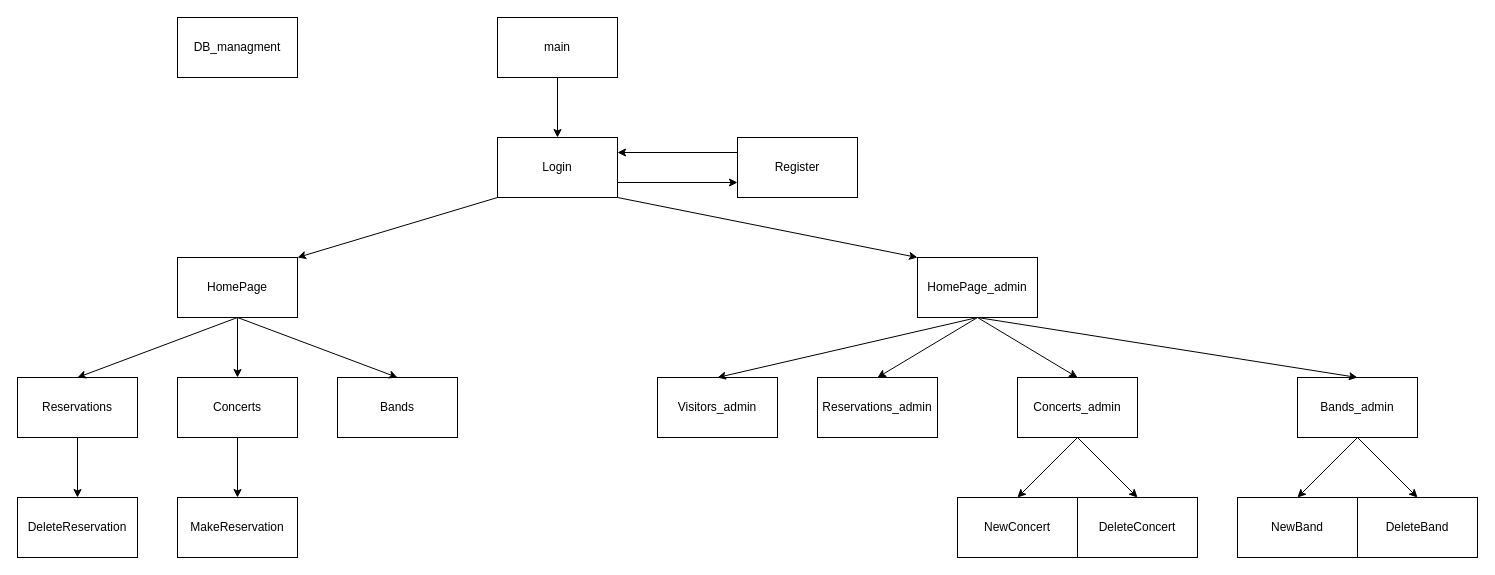
KT539/Projet_pythonDB keeps this draw.io diagram as docs/Diagramme_flux.drawio. Above is the earlier version. Source tidied: cells renumbered, new cells numbered last; positions are measured from the earlier drawing's top-left corner, leaving out a move shared by most shapes. Both pictures are drawn from the tidied source at 100%, with x=0, y=0 at pixel (17, 17).
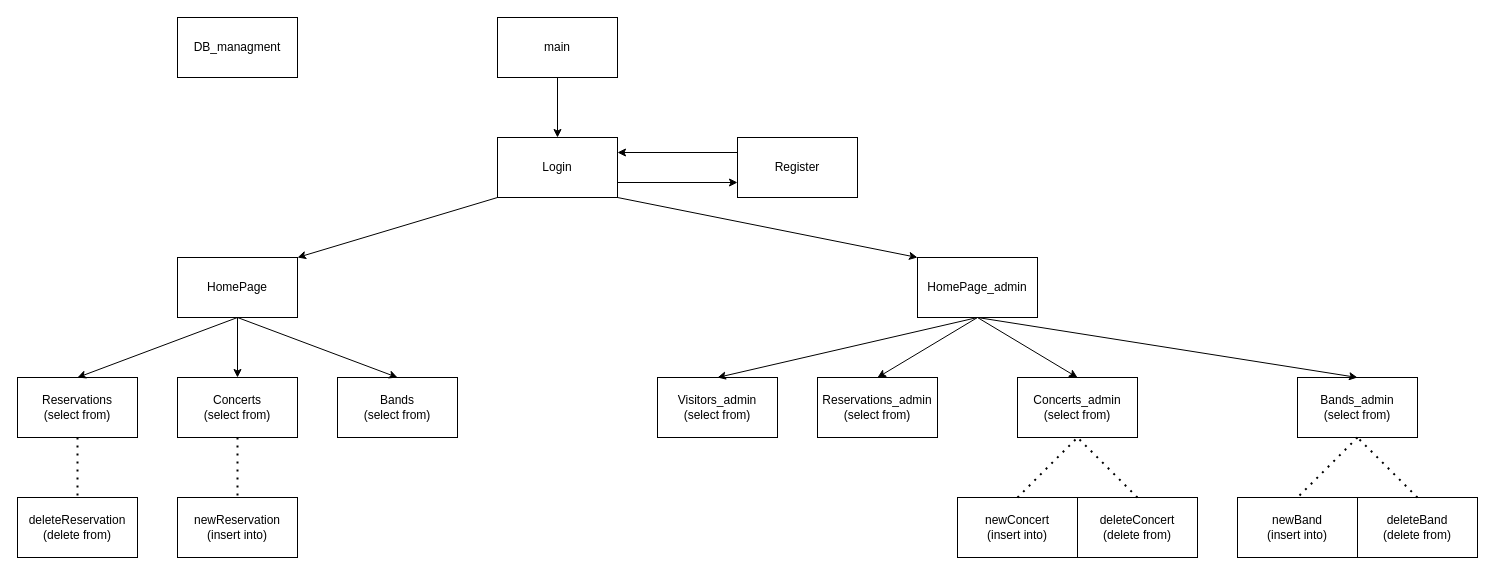
Above is the later version.

Commit message (it also covers changes not shown here):
feat: added logout functionnality (+ corrected flux diagram)

Diff of the diagram source:
```diff
@@
-    <mxCell id="13" value="Reservations" style="rounded=0;whiteSpace=wrap;html=1;" parent="1" vertex="1">
+    <mxCell id="13" value="Reservations&lt;div&gt;(select from)&lt;/div&gt;" style="rounded=0;whiteSpace=wrap;html=1;" parent="1" vertex="1">
       <mxGeometry y="360" width="120" height="60" as="geometry" />
     </mxCell>
-    <mxCell id="14" value="Concerts" style="rounded=0;whiteSpace=wrap;html=1;" parent="1" vertex="1">
+    <mxCell id="14" value="Concerts&lt;div&gt;(select from)&lt;/div&gt;" style="rounded=0;whiteSpace=wrap;html=1;" parent="1" vertex="1">
       <mxGeometry x="160" y="360" width="120" height="60" as="geometry" />
     </mxCell>
-    <mxCell id="15" value="Bands" style="rounded=0;whiteSpace=wrap;html=1;" parent="1" vertex="1">
+    <mxCell id="15" value="Bands&lt;div&gt;(select from)&lt;/div&gt;" style="rounded=0;whiteSpace=wrap;html=1;" parent="1" vertex="1">
       <mxGeometry x="320" y="360" width="120" height="60" as="geometry" />
     </mxCell>
-    <mxCell id="16" value="Visitors_admin" style="rounded=0;whiteSpace=wrap;html=1;" parent="1" vertex="1">
+    <mxCell id="16" value="Visitors_admin&lt;div&gt;(select from)&lt;/div&gt;" style="rounded=0;whiteSpace=wrap;html=1;" parent="1" vertex="1">
       <mxGeometry x="640" y="360" width="120" height="60" as="geometry" />
     </mxCell>
-    <mxCell id="17" value="Reservations_admin" style="rounded=0;whiteSpace=wrap;html=1;" parent="1" vertex="1">
+    <mxCell id="17" value="Reservations_admin&lt;div&gt;(select from)&lt;/div&gt;" style="rounded=0;whiteSpace=wrap;html=1;" parent="1" vertex="1">
       <mxGeometry x="800" y="360" width="120" height="60" as="geometry" />
     </mxCell>
-    <mxCell id="18" value="Concerts_admin" style="rounded=0;whiteSpace=wrap;html=1;" parent="1" vertex="1">
+    <mxCell id="18" value="Concerts_admin&lt;div&gt;(select from)&lt;/div&gt;" style="rounded=0;whiteSpace=wrap;html=1;" parent="1" vertex="1">
       <mxGeometry x="1000" y="360" width="120" height="60" as="geometry" />
     </mxCell>
-    <mxCell id="19" value="Bands_admin" style="rounded=0;whiteSpace=wrap;html=1;" parent="1" vertex="1">
+    <mxCell id="19" value="Bands_admin&lt;div&gt;(select from)&lt;/div&gt;" style="rounded=0;whiteSpace=wrap;html=1;" parent="1" vertex="1">
       <mxGeometry x="1280" y="360" width="120" height="60" as="geometry" />
     </mxCell>
@@
-    <mxCell id="27" value="NewConcert" style="rounded=0;whiteSpace=wrap;html=1;" parent="1" vertex="1">
+    <mxCell id="27" value="newConcert&lt;div&gt;(insert into)&lt;/div&gt;" style="rounded=0;whiteSpace=wrap;html=1;" parent="1" vertex="1">
       <mxGeometry x="940" y="480" width="120" height="60" as="geometry" />
     </mxCell>
-    <mxCell id="28" value="DeleteConcert" style="rounded=0;whiteSpace=wrap;html=1;" parent="1" vertex="1">
+    <mxCell id="28" value="deleteConcert&lt;div&gt;(delete from)&lt;/div&gt;" style="rounded=0;whiteSpace=wrap;html=1;" parent="1" vertex="1">
       <mxGeometry x="1060" y="480" width="120" height="60" as="geometry" />
     </mxCell>
-    <mxCell id="29" value="DeleteBand" style="rounded=0;whiteSpace=wrap;html=1;" parent="1" vertex="1">
+    <mxCell id="29" value="deleteBand&lt;div&gt;(delete from)&lt;/div&gt;" style="rounded=0;whiteSpace=wrap;html=1;" parent="1" vertex="1">
       <mxGeometry x="1340" y="480" width="120" height="60" as="geometry" />
     </mxCell>
-    <mxCell id="30" value="NewBand" style="rounded=0;whiteSpace=wrap;html=1;" parent="1" vertex="1">
+    <mxCell id="30" value="newBand&lt;div&gt;(insert into)&lt;/div&gt;" style="rounded=0;whiteSpace=wrap;html=1;" parent="1" vertex="1">
       <mxGeometry x="1220" y="480" width="120" height="60" as="geometry" />
     </mxCell>
-    <mxCell id="31" style="endArrow=classic;html=1;rounded=0;exitX=0.5;exitY=1;exitDx=0;exitDy=0;entryX=0.5;entryY=0;entryDx=0;entryDy=0;" parent="1" edge="1" source="18" target="27">
-      <mxGeometry relative="1" as="geometry" />
-    </mxCell>
-    <mxCell id="32" style="endArrow=classic;html=1;rounded=0;exitX=0.5;exitY=1;exitDx=0;exitDy=0;entryX=0.5;entryY=0;entryDx=0;entryDy=0;" parent="1" edge="1" source="18" target="28">
-      <mxGeometry relative="1" as="geometry" />
-    </mxCell>
-    <mxCell id="33" style="endArrow=classic;html=1;rounded=0;exitX=0.5;exitY=1;exitDx=0;exitDy=0;entryX=0.5;entryY=0;entryDx=0;entryDy=0;" parent="1" edge="1" source="19" target="30">
-      <mxGeometry relative="1" as="geometry" />
-    </mxCell>
-    <mxCell id="34" style="endArrow=classic;html=1;rounded=0;exitX=0.5;exitY=1;exitDx=0;exitDy=0;entryX=0.5;entryY=0;entryDx=0;entryDy=0;" parent="1" edge="1" source="19" target="29">
-      <mxGeometry relative="1" as="geometry" />
-    </mxCell>
-    <mxCell id="35" value="MakeReservation" style="rounded=0;whiteSpace=wrap;html=1;" parent="1" vertex="1">
+    <mxCell id="35" value="newReservation&lt;div&gt;(insert into)&lt;/div&gt;" style="rounded=0;whiteSpace=wrap;html=1;" parent="1" vertex="1">
       <mxGeometry x="160" y="480" width="120" height="60" as="geometry" />
     </mxCell>
-    <mxCell id="36" value="DeleteReservation" style="rounded=0;whiteSpace=wrap;html=1;" parent="1" vertex="1">
+    <mxCell id="36" value="deleteReservation&lt;div&gt;(delete from)&lt;/div&gt;" style="rounded=0;whiteSpace=wrap;html=1;" parent="1" vertex="1">
       <mxGeometry y="480" width="120" height="60" as="geometry" />
     </mxCell>
+    <mxCell id="38" style="endArrow=none;dashed=1;html=1;dashPattern=1 3;strokeWidth=2;rounded=0;exitX=0.5;exitY=1;exitDx=0;exitDy=0;entryX=0.5;entryY=0;entryDx=0;entryDy=0;" parent="1" edge="1" source="13" target="36">
+      <mxGeometry relative="1" as="geometry" />
+    </mxCell>
-    <mxCell id="37" style="endArrow=classic;html=1;rounded=0;exitX=0.5;exitY=1;exitDx=0;exitDy=0;entryX=0.5;entryY=0;entryDx=0;entryDy=0;" parent="1" edge="1" source="14" target="35">
+    <mxCell id="37" style="endArrow=none;dashed=1;html=1;dashPattern=1 3;strokeWidth=2;rounded=0;exitX=0.5;exitY=1;exitDx=0;exitDy=0;entryX=0.5;entryY=0;entryDx=0;entryDy=0;" parent="1" edge="1" source="14" target="35">
       <mxGeometry relative="1" as="geometry" />
     </mxCell>
-    <mxCell id="38" style="endArrow=classic;html=1;rounded=0;exitX=0.5;exitY=1;exitDx=0;exitDy=0;entryX=0.5;entryY=0;entryDx=0;entryDy=0;" parent="1" edge="1" source="13" target="36">
-      <mxGeometry relative="1" as="geometry" />
-    </mxCell>
+    <mxCell id="39" style="endArrow=none;dashed=1;html=1;dashPattern=1 3;strokeWidth=2;rounded=0;entryX=0.5;entryY=1;entryDx=0;entryDy=0;exitX=0.5;exitY=0;exitDx=0;exitDy=0;" parent="1" edge="1" source="27" target="18">
+      <mxGeometry relative="1" as="geometry" />
+    </mxCell>
+    <mxCell id="40" style="endArrow=none;dashed=1;html=1;dashPattern=1 3;strokeWidth=2;rounded=0;entryX=0.5;entryY=1;entryDx=0;entryDy=0;exitX=0.5;exitY=0;exitDx=0;exitDy=0;" parent="1" edge="1" source="28" target="18">
+      <mxGeometry relative="1" as="geometry" />
+    </mxCell>
+    <mxCell id="33" style="endArrow=none;dashed=1;html=1;dashPattern=1 3;strokeWidth=2;rounded=0;entryX=0.5;entryY=0;entryDx=0;entryDy=0;exitX=0.5;exitY=1;exitDx=0;exitDy=0;" parent="1" edge="1" source="19" target="30">
+      <mxGeometry relative="1" as="geometry" />
+    </mxCell>
+    <mxCell id="41" style="endArrow=none;dashed=1;html=1;dashPattern=1 3;strokeWidth=2;rounded=0;entryX=0.5;entryY=1;entryDx=0;entryDy=0;exitX=0.5;exitY=0;exitDx=0;exitDy=0;" parent="1" edge="1" source="29" target="19">
+      <mxGeometry relative="1" as="geometry" />
+    </mxCell>
```
